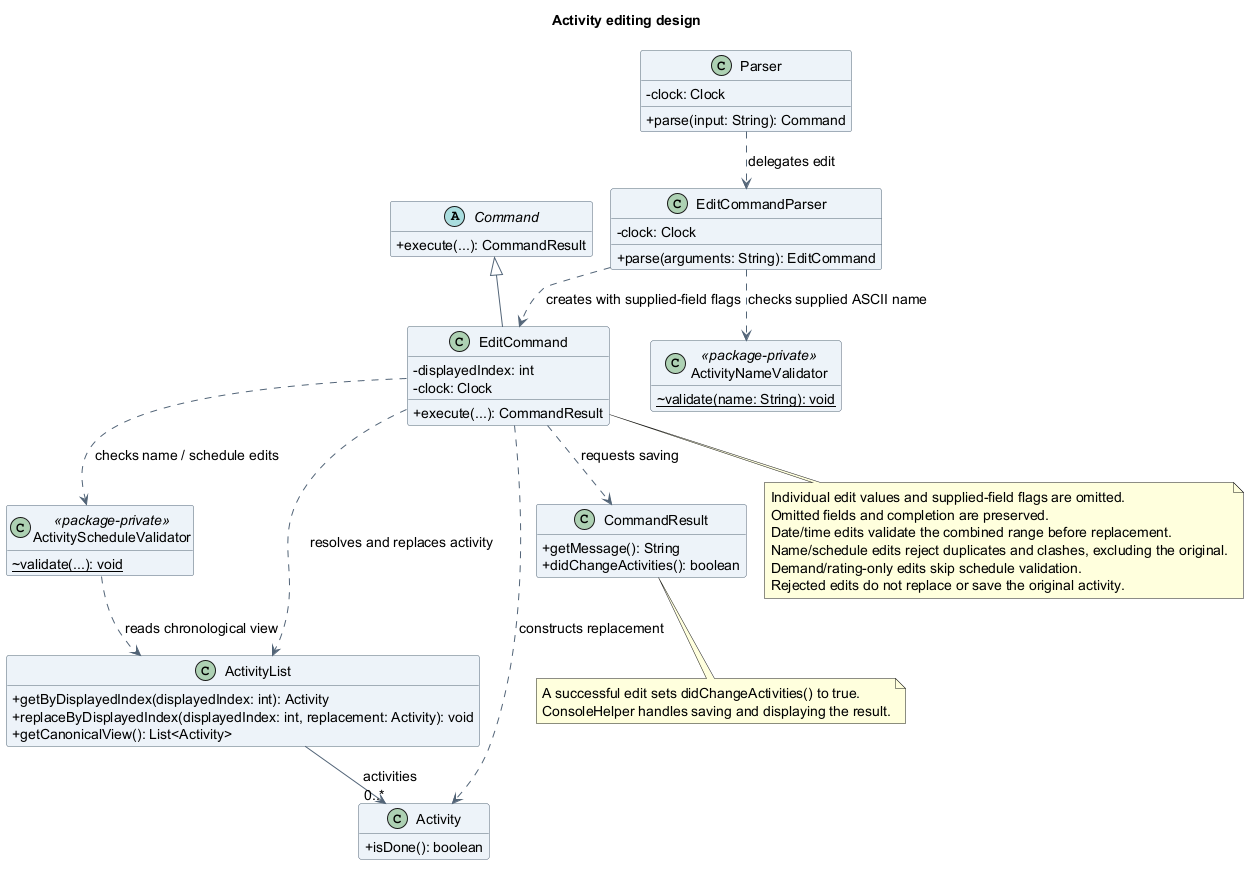
The PlantUML diagram docs/images/oliver/class/EditActivityClassDiagram.png in AY2627S1-CS2113-T10-4/tp, before a commit. The source it was exported from:
```plantuml
@startuml
!pragma layout smetana
title Activity editing design
skinparam backgroundColor white
skinparam shadowing false
skinparam defaultFontName SansSerif
skinparam defaultFontSize 14
skinparam classAttributeIconSize 0
skinparam classBackgroundColor #EDF3F8
skinparam classBorderColor #526477
skinparam ArrowColor #526477
hide empty members

abstract class Command {
  +execute(...): CommandResult
}
class Parser {
  -clock: Clock
  +parse(input: String): Command
}
class EditCommandParser {
  -clock: Clock
  +parse(arguments: String): EditCommand
}
class EditCommand {
  -displayedIndex: int
  -clock: Clock
  +execute(...): CommandResult
}
class ActivityNameValidator <<package-private>> {
  {static} ~validate(name: String): void
}
class ActivityScheduleValidator <<package-private>> {
  {static} ~validate(...): void
}
class ActivityList {
  +getByDisplayedIndex(displayedIndex: int): Activity
  +replaceByDisplayedIndex(displayedIndex: int, replacement: Activity): void
  +getCanonicalView(): List<Activity>
}
class Activity {
  +isDone(): boolean
}
class CommandResult {
  +getMessage(): String
  +didChangeActivities(): boolean
}

Command <|-- EditCommand
Parser ..> EditCommandParser : delegates edit
EditCommandParser ..> EditCommand : creates with supplied-field flags
EditCommandParser ..> ActivityNameValidator : checks supplied ASCII name
EditCommand ..> ActivityScheduleValidator : checks name / schedule edits
ActivityScheduleValidator ..> ActivityList : reads chronological view
EditCommand ..> ActivityList : resolves and replaces activity
EditCommand ..> Activity : constructs replacement
EditCommand ..> CommandResult : requests saving
ActivityList --> "0..*" Activity : activities

note bottom of EditCommand
  Individual edit values and supplied-field flags are omitted.
  Omitted fields and completion are preserved.
  Date/time edits validate the combined range before replacement.
  Name/schedule edits reject duplicates and clashes, excluding the original.
  Demand/rating-only edits skip schedule validation.
  Rejected edits do not replace or save the original activity.
end note
note bottom of CommandResult
  A successful edit sets didChangeActivities() to true.
  ConsoleHelper handles saving and displaying the result.
end note
@enduml
```
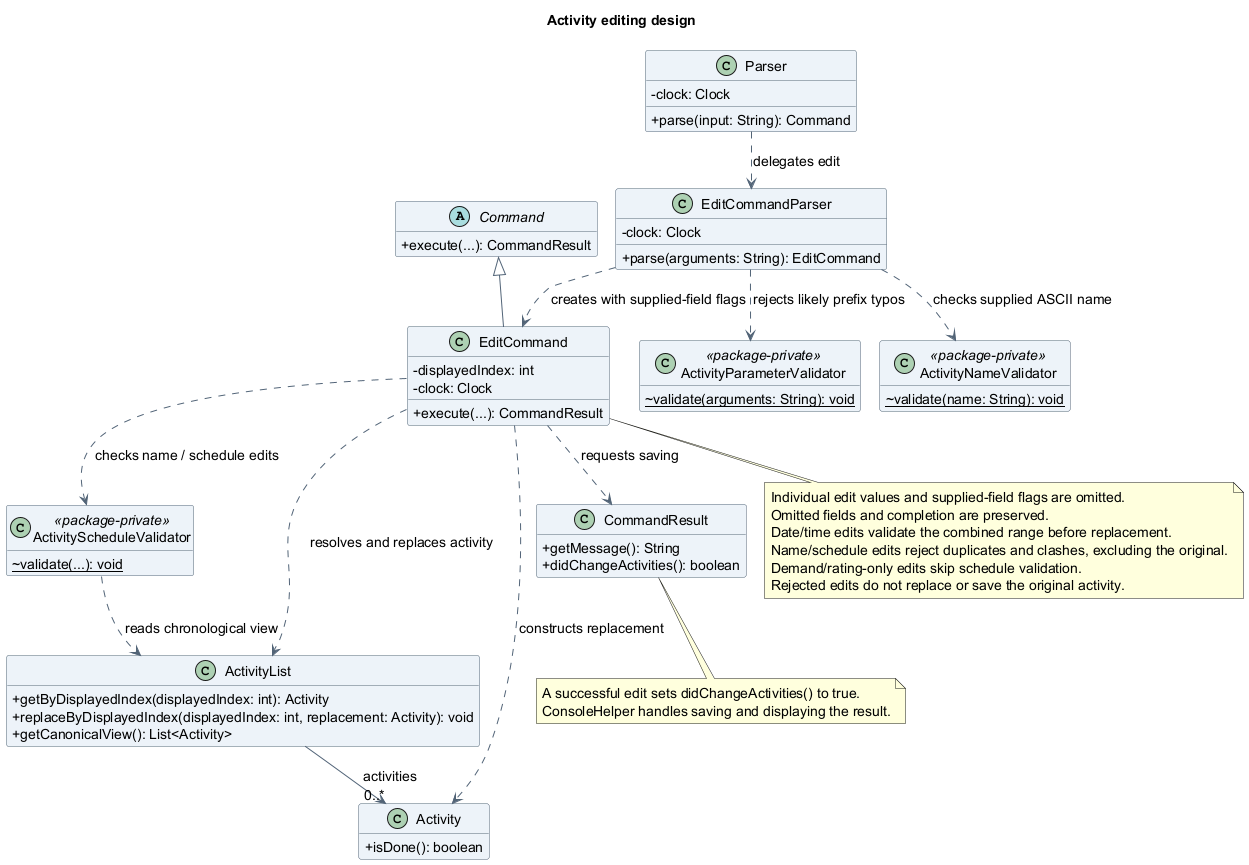
Later version of the same file.

Diff of the diagram source:
```diff
@@ -27,6 +27,9 @@
   -clock: Clock
   +execute(...): CommandResult
 }
+class ActivityParameterValidator <<package-private>> {
+  {static} ~validate(arguments: String): void
+}
 class ActivityNameValidator <<package-private>> {
   {static} ~validate(name: String): void
 }
@@ -50,6 +53,7 @@
 Parser ..> EditCommandParser : delegates edit
 EditCommandParser ..> EditCommand : creates with supplied-field flags
 EditCommandParser ..> ActivityNameValidator : checks supplied ASCII name
+EditCommandParser ..> ActivityParameterValidator : rejects likely prefix typos
 EditCommand ..> ActivityScheduleValidator : checks name / schedule edits
 ActivityScheduleValidator ..> ActivityList : reads chronological view
 EditCommand ..> ActivityList : resolves and replaces activity
```
